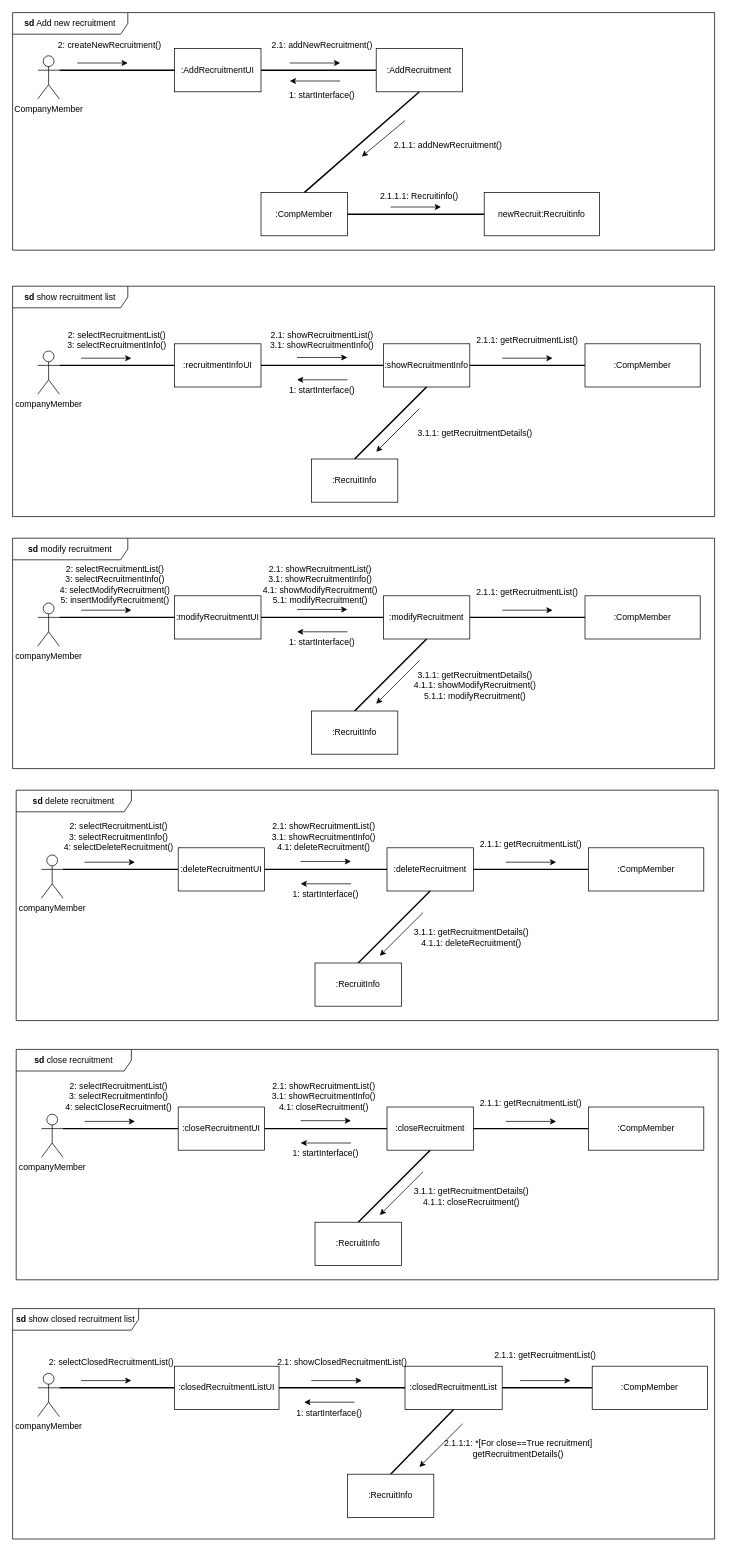
The draw.io diagram communication_diagram/communication_diagram_최승혁.drawio in hjee02018/RecruitSystem, before the edit. Source tidied: cells renumbered, new cells numbered last; positions are measured from the earlier drawing's top-left corner, leaving out a move shared by most shapes. Both pictures are drawn from the tidied source at 72%, with x=0, y=0 at pixel (12, 12).
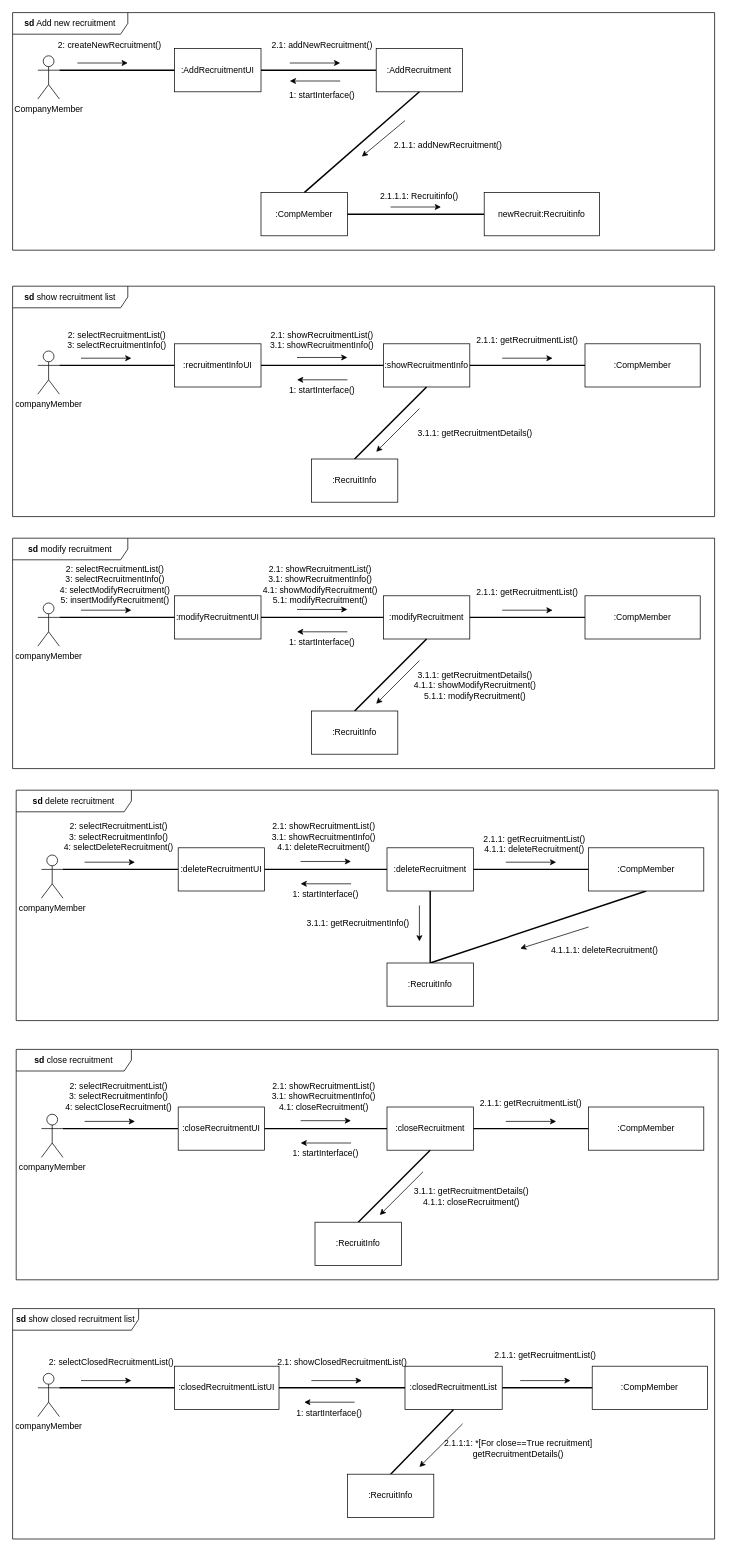
After the change.

Unchanged cells that the change refers to:
```xml
<mxCell id="84" value="&lt;b&gt;sd &lt;/b&gt;delete recruitment" style="shape=umlFrame;whiteSpace=wrap;html=1;width=160;" parent="1" vertex="1">
  <mxGeometry x="5" y="1080" width="975" height="320" as="geometry" />
</mxCell>
<mxCell id="90" value=":deleteRecruitment" style="rounded=0;whiteSpace=wrap;html=1;" parent="84" vertex="1">
  <mxGeometry x="515" y="80" width="120" height="60" as="geometry" />
</mxCell>
<mxCell id="101" value=":CompMember" style="rounded=0;whiteSpace=wrap;html=1;" parent="84" vertex="1">
  <mxGeometry x="795" y="80" width="160" height="60" as="geometry" />
</mxCell>
```

Diff of the diagram source:
```diff
@@
-    <mxCell id="96" style="endArrow=none;html=1;rounded=0;strokeWidth=2;exitX=0.5;exitY=1;exitDx=0;exitDy=0;entryX=0.5;entryY=0;entryDx=0;entryDy=0;" parent="84" edge="1" source="90" target="97">
+    <mxCell id="96" style="endArrow=none;html=1;rounded=0;strokeWidth=2;exitX=0.5;exitY=1;exitDx=0;exitDy=0;entryX=0.5;entryY=0;entryDx=0;entryDy=0;" parent="84" edge="1" source="101" target="97">
       <mxGeometry relative="1" as="geometry" />
     </mxCell>
     <mxCell id="97" value=":RecruitInfo" style="rounded=0;whiteSpace=wrap;html=1;" parent="84" vertex="1">
-      <mxGeometry x="415" y="240" width="120" height="60" as="geometry" />
+      <mxGeometry x="515" y="240" width="120" height="60" as="geometry" />
     </mxCell>
     <mxCell id="98" style="endArrow=classic;html=1;rounded=0;" parent="84" edge="1">
       <mxGeometry relative="1" as="geometry">
-        <mxPoint x="565" y="170" as="sourcePoint" />
-        <mxPoint x="505" y="230" as="targetPoint" />
+        <mxPoint x="795" y="190" as="sourcePoint" />
+        <mxPoint x="700" y="220" as="targetPoint" />
       </mxGeometry>
     </mxCell>
-    <mxCell id="99" value="3.1.1:&amp;nbsp;getRecruitmentDetails()&lt;br&gt;4.1.1: deleteRecruitment()&lt;br&gt;" style="text;html=1;strokeColor=none;fillColor=none;align=center;verticalAlign=middle;whiteSpace=wrap;rounded=0;" parent="84" vertex="1">
-      <mxGeometry x="515" y="190" width="235" height="30" as="geometry" />
+    <mxCell id="99" value="&lt;br&gt;4.1.1.1: deleteRecruitment()" style="text;html=1;strokeColor=none;fillColor=none;align=center;verticalAlign=middle;whiteSpace=wrap;rounded=0;" parent="84" vertex="1">
+      <mxGeometry x="700" y="200" width="235" height="30" as="geometry" />
     </mxCell>
@@
-    <mxCell id="102" value="2.1.1: getRecruitmentList()" style="text;html=1;strokeColor=none;fillColor=none;align=center;verticalAlign=middle;whiteSpace=wrap;rounded=0;" parent="84" vertex="1">
-      <mxGeometry x="635" y="60" width="160" height="30" as="geometry" />
+    <mxCell id="102" value="2.1.1: getRecruitmentList()&lt;br style=&quot;border-color: var(--border-color);&quot;&gt;4.1.1: deleteRecruitment()" style="text;html=1;strokeColor=none;fillColor=none;align=center;verticalAlign=middle;whiteSpace=wrap;rounded=0;" parent="84" vertex="1">
+      <mxGeometry x="640" y="60" width="160" height="30" as="geometry" />
     </mxCell>
@@
+    <mxCell id="124" style="endArrow=none;html=1;rounded=0;strokeWidth=2;exitX=0.5;exitY=1;exitDx=0;exitDy=0;entryX=0.5;entryY=0;entryDx=0;entryDy=0;" parent="84" edge="1" source="90" target="97">
+      <mxGeometry relative="1" as="geometry" />
+    </mxCell>
+    <mxCell id="125" style="endArrow=classic;html=1;rounded=0;" parent="84" edge="1">
+      <mxGeometry relative="1" as="geometry">
+        <mxPoint x="560" y="160" as="sourcePoint" />
+        <mxPoint x="560" y="210" as="targetPoint" />
+      </mxGeometry>
+    </mxCell>
+    <mxCell id="126" value="3.1.1: getRecruitmentInfo()" style="text;html=1;strokeColor=none;fillColor=none;align=center;verticalAlign=middle;whiteSpace=wrap;rounded=0;" parent="84" vertex="1">
+      <mxGeometry x="395" y="170" width="160" height="30" as="geometry" />
+    </mxCell>
```
